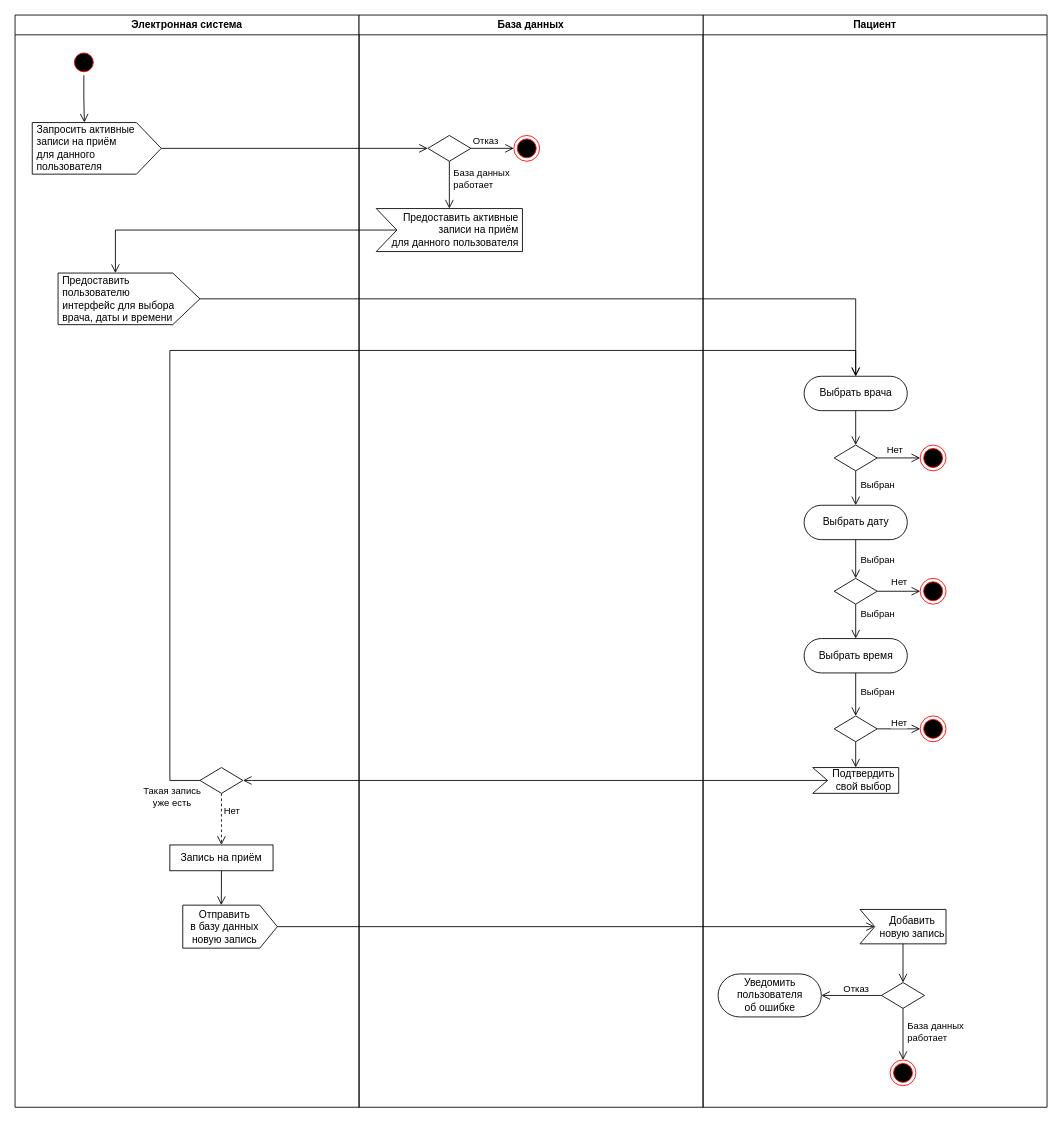
Earlier version of the draw.io diagram acms6_2.drawio (v-tempe/draw.io). Source tidied: cells renumbered, new cells numbered last; positions are measured from the earlier drawing's top-left corner, leaving out a move shared by most shapes. Both pictures are drawn from the tidied source at 86%, with x=0, y=0 at pixel (15, 15).
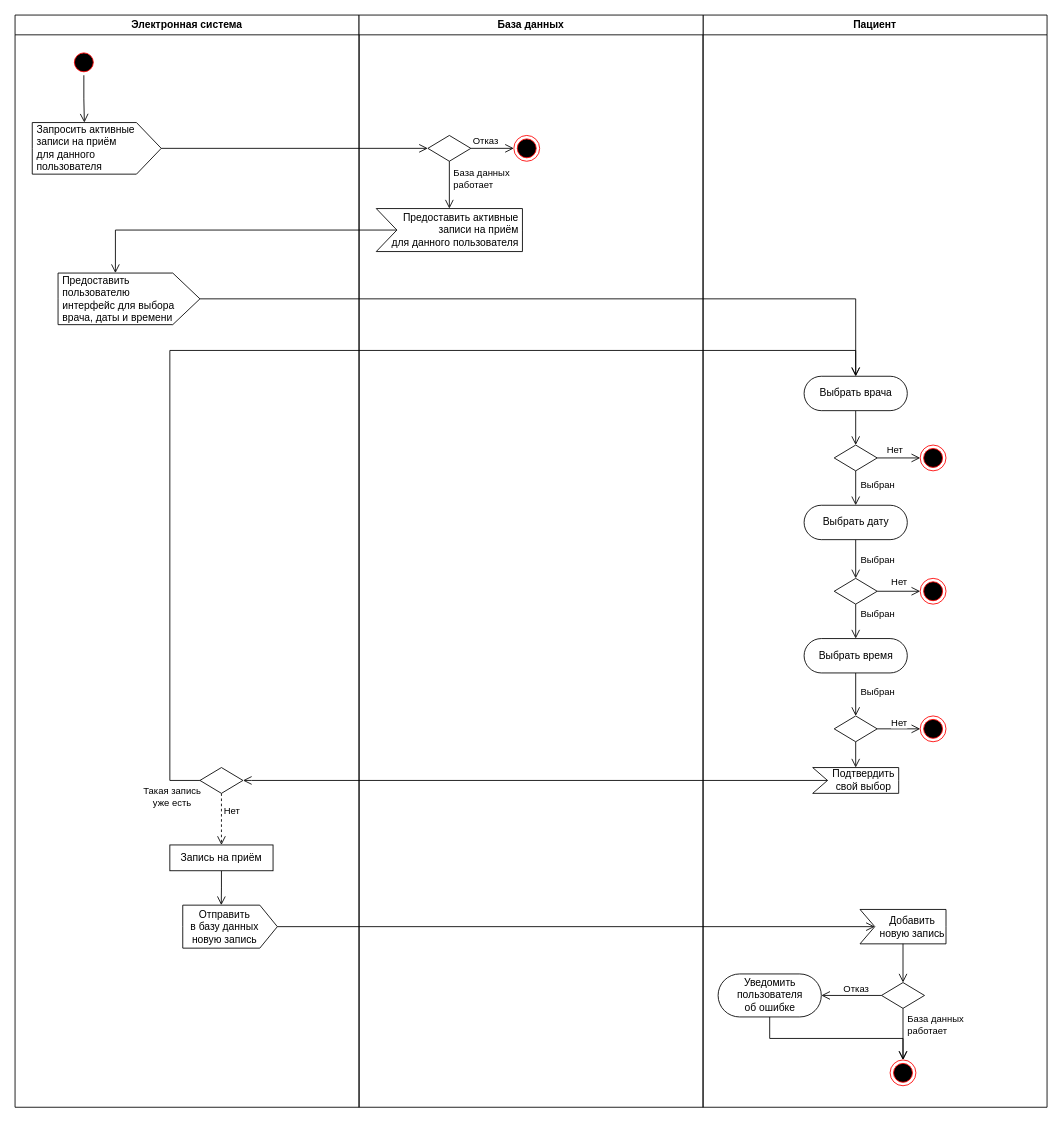
After the change.

The change refers to these unchanged cells:
```xml
<mxCell id="2" value="Пациент" style="swimlane;whiteSpace=wrap;html=1;" parent="1" vertex="1">
  <mxGeometry x="800" width="400" height="1270" as="geometry" />
</mxCell>
<mxCell id="29" value="Уведомить пользователя&lt;div&gt;об ошибке&lt;/div&gt;" style="rounded=1;whiteSpace=wrap;html=1;arcSize=50;" parent="2" vertex="1">
  <mxGeometry x="17.5" y="1115" width="120" height="50" as="geometry" />
</mxCell>
<mxCell id="32" style="ellipse;html=1;shape=endState;fillColor=#000000;strokeColor=#ff0000;" parent="2" vertex="1">
  <mxGeometry x="217.5" y="1215" width="30" height="30" as="geometry" />
</mxCell>
<mxCell id="36" style="edgeStyle=orthogonalEdgeStyle;rounded=0;jettySize=auto;html=1;exitX=0.5;exitY=1;exitDx=0;exitDy=0;entryX=0.5;entryY=0;entryDx=0;entryDy=0;endSize=8;endArrow=open;endFill=0;" parent="2" edge="1" source="35" target="32">
  <mxGeometry relative="1" as="geometry" />
</mxCell>
```

What changed in the source:
```diff
@@
+    <mxCell id="64" style="edgeStyle=orthogonalEdgeStyle;rounded=0;jettySize=auto;html=1;exitX=0.5;exitY=1;exitDx=0;exitDy=0;entryX=0.5;entryY=0;entryDx=0;entryDy=0;endArrow=open;endFill=0;endSize=8;" parent="2" edge="1" source="29" target="32">
+      <mxGeometry relative="1" as="geometry" />
+    </mxCell>
@@
     <mxCell id="37" value="&amp;nbsp;База данных&lt;div&gt;&amp;nbsp;работает&lt;/div&gt;" style="edgeLabel;html=1;align=left;verticalAlign=middle;" parent="36" vertex="1">
       <mxGeometry x="-0.45" y="-3" relative="1" as="geometry">
-        <mxPoint x="3" y="9" as="offset" />
+        <mxPoint x="3" y="1" as="offset" />
       </mxGeometry>
     </mxCell>
```
